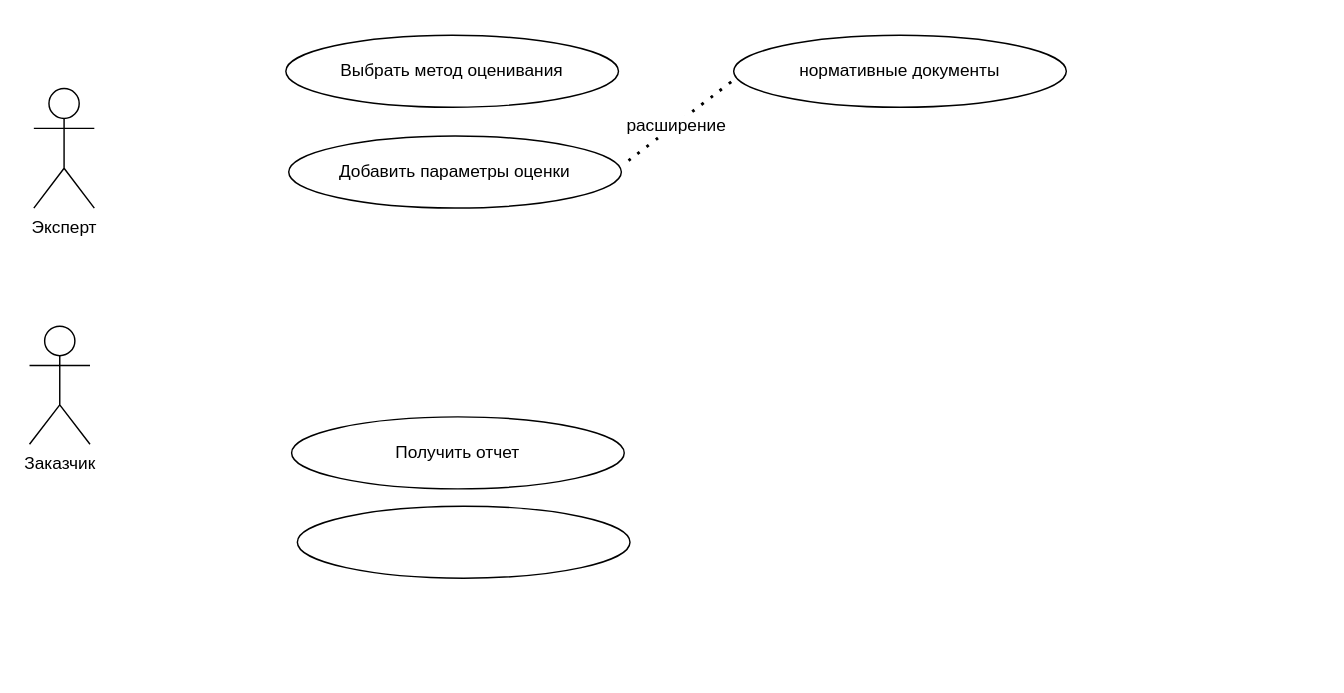
Above: диаграмма вариантов использования.drawio in lyudmilareshetyuk/draw.io (draw.io), before the change. Source tidied: cells renumbered, new cells numbered last; positions are measured from the earlier drawing's top-left corner, leaving out a move shared by most shapes. Both pictures are drawn from the tidied source at 144%, with x=0, y=0 at pixel (29, 35).
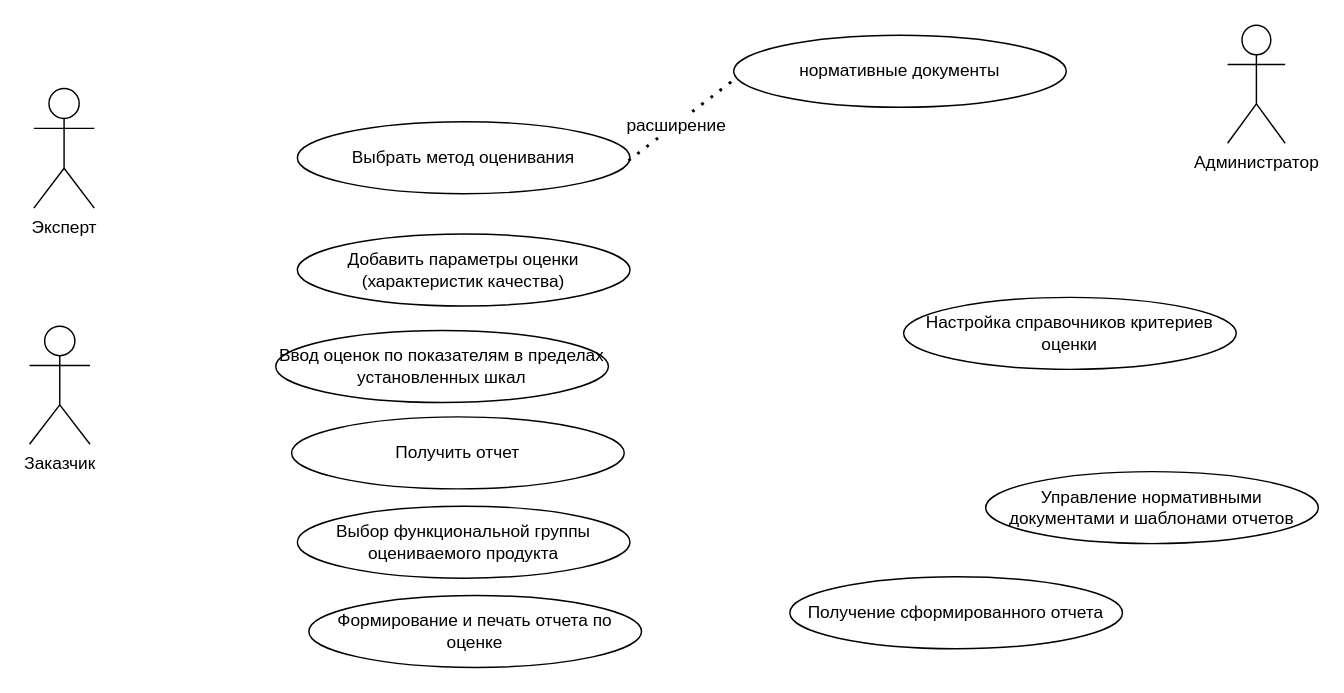
The same diagram, later.

Change to the diagram source:
```diff
@@
 <mxGraphModel>
   <root>
     <mxCell id="0" />
     <mxCell id="1" parent="0" />
     <mxCell id="2" value="Эксперт" style="shape=umlActor;verticalLabelPosition=bottom;verticalAlign=top;html=1;" parent="1" vertex="1">
       <mxGeometry x="3" y="37" width="42" height="83" as="geometry" />
     </mxCell>
     <mxCell id="3" value="Заказчик" style="shape=umlActor;verticalLabelPosition=bottom;verticalAlign=top;html=1;" parent="1" vertex="1">
       <mxGeometry y="202" width="42" height="82" as="geometry" />
     </mxCell>
     <mxCell id="4" value="Получить отчет" style="ellipse;whiteSpace=wrap;html=1;" parent="1" vertex="1">
       <mxGeometry x="182" y="265" width="231" height="50" as="geometry" />
     </mxCell>
-    <mxCell id="5" style="ellipse;whiteSpace=wrap;html=1;" parent="1" vertex="1">
+    <mxCell id="5" value="Выбор функциональной группы оцениваемого продукта" style="ellipse;whiteSpace=wrap;html=1;" parent="1" vertex="1">
       <mxGeometry x="186" y="327" width="231" height="50" as="geometry" />
     </mxCell>
     <mxCell id="6" value="нормативные документы" style="ellipse;whiteSpace=wrap;html=1;" parent="1" vertex="1">
       <mxGeometry x="489" width="231" height="50" as="geometry" />
     </mxCell>
     <mxCell id="7" value="Выбрать метод оценивания" style="ellipse;whiteSpace=wrap;html=1;" parent="1" vertex="1">
-      <mxGeometry x="178" width="231" height="50" as="geometry" />
+      <mxGeometry x="186" y="60" width="231" height="50" as="geometry" />
     </mxCell>
-    <mxCell id="8" value="Добавить параметры оценки" style="ellipse;whiteSpace=wrap;html=1;" parent="1" vertex="1">
-      <mxGeometry x="180" y="70" width="231" height="50" as="geometry" />
+    <mxCell id="8" value="Добавить параметры оценки (характеристик качества)" style="ellipse;whiteSpace=wrap;html=1;" parent="1" vertex="1">
+      <mxGeometry x="186" y="138" width="231" height="50" as="geometry" />
     </mxCell>
     <mxCell id="9" style="endArrow=none;dashed=1;html=1;dashPattern=1 3;strokeWidth=2;rounded=0;fontSize=12;startSize=8;endSize=8;curved=1;entryX=0;entryY=0.62;entryDx=0;entryDy=0;entryPerimeter=0;" parent="1" edge="1" target="6">
       <mxGeometry relative="1" as="geometry">
         <mxPoint x="416" y="87" as="sourcePoint" />
       </mxGeometry>
     </mxCell>
     <mxCell id="10" value="расширение" style="edgeLabel;html=1;align=center;verticalAlign=middle;fontSize=12;" parent="9" vertex="1">
       <mxGeometry x="-0.1" relative="1" as="geometry" />
     </mxCell>
+    <mxCell id="11" value="Администратор" style="shape=umlActor;verticalLabelPosition=bottom;verticalAlign=top;html=1;" parent="1" vertex="1">
+      <mxGeometry x="832" y="-7" width="40" height="82" as="geometry" />
+    </mxCell>
+    <mxCell id="12" value="Ввод оценок по показателям в пределах установленных шкал" style="ellipse;whiteSpace=wrap;html=1;" parent="1" vertex="1">
+      <mxGeometry x="171" y="205" width="231" height="50" as="geometry" />
+    </mxCell>
+    <mxCell id="13" value="Формирование и печать отчета по оценке" style="ellipse;whiteSpace=wrap;html=1;" parent="1" vertex="1">
+      <mxGeometry x="194" y="389" width="231" height="50" as="geometry" />
+    </mxCell>
+    <mxCell id="14" value="Настройка справочников критериев оценки" style="ellipse;whiteSpace=wrap;html=1;" parent="1" vertex="1">
+      <mxGeometry x="607" y="182" width="231" height="50" as="geometry" />
+    </mxCell>
+    <mxCell id="15" value="Управление нормативными документами и шаблонами отчетов" style="ellipse;whiteSpace=wrap;html=1;" parent="1" vertex="1">
+      <mxGeometry x="664" y="303" width="231" height="50" as="geometry" />
+    </mxCell>
+    <mxCell id="16" value="Получение сформированного отчета" style="ellipse;whiteSpace=wrap;html=1;" parent="1" vertex="1">
+      <mxGeometry x="528" y="376" width="231" height="50" as="geometry" />
+    </mxCell>
   </root>
 </mxGraphModel>
```
